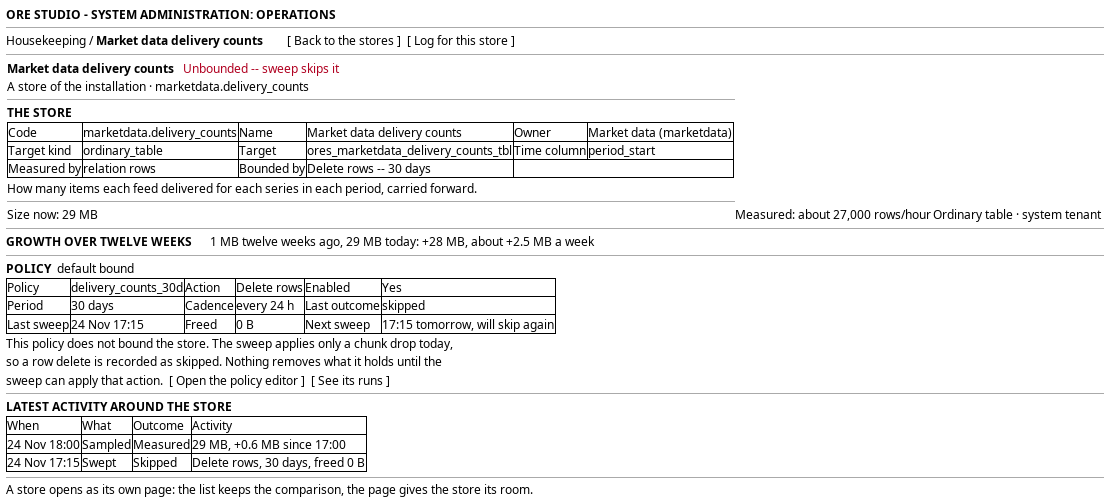
Above: doc/knowledge/journeys/operations/wireframe_open_a_store.png in OreStudio/OreStudio (PlantUML), before the change. Its source is kept beside it as doc/knowledge/journeys/operations/wireframe_open_a_store.puml.
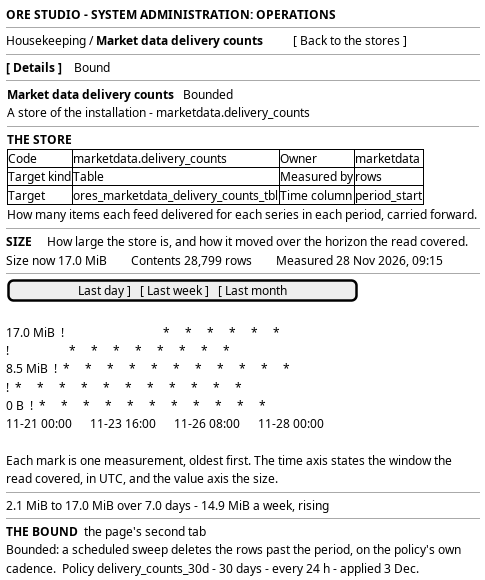
Above is the later version.

Commit message:
[docs] Draw the store's page as its two tabs, and read the plot as a reading

The journey stated the store's page as one scroll with a plot of its growth. It
now states the two tabs, what the plot's axes are for, why the horizon is the
read's window and not the browser's, and that the verdicts carry an explanation
a person can fold open. The wireframe and its caption follow: the Details tab,
the preset bar and the axis labels.

Story-ID: 8D2AD473-21AE-4999-A6D0-BBF31BEE4E6F
Task-ID: 5F1C092C-000E-4EE1-91CD-4E817297C284
Environment: solid_dirac

Change to the diagram source:
```diff
@@ -4,43 +4,43 @@
 {
   <b>ORE STUDIO - SYSTEM ADMINISTRATION: OPERATIONS</b>
   --
-  Housekeeping / <b>Market data delivery counts</b>        [ Back to the stores ]  [ Log for this store ]
+  Housekeeping / <b>Market data delivery counts</b>          [ Back to the stores ]
+  --
+  <b>[ Details ]</b>    Bound
   --
   {
-    <b>Market data delivery counts</b>   <color:#b00020>Unbounded -- sweep skips it</color>
-    A store of the installation · marketdata.delivery_counts
+    <b>Market data delivery counts</b>   Bounded
+    A store of the installation - marketdata.delivery_counts
     --
     <b>THE STORE</b>
     {#
-      Code | marketdata.delivery_counts | Name | Market data delivery counts | Owner | Market data (marketdata)
-      Target kind | ordinary_table | Target | ores_marketdata_delivery_counts_tbl | Time column | period_start
-      Measured by | relation rows | Bounded by | Delete rows -- 30 days
+      Code | marketdata.delivery_counts | Owner | marketdata
+      Target kind | Table | Measured by | rows
+      Target | ores_marketdata_delivery_counts_tbl | Time column | period_start
     }
     How many items each feed delivered for each series in each period, carried forward.
-    --
-    Size now: 29 MB | Measured: about 27,000 rows/hour | Ordinary table · system tenant
   }
   --
-  <b>GROWTH OVER TWELVE WEEKS</b>      1 MB twelve weeks ago, 29 MB today: +28 MB, about +2.5 MB a week
+  <b>SIZE</b>     How large the store is, and how it moved over the horizon the read covered.
+  Size now 17.0 MiB        Contents 28,799 rows        Measured 28 Nov 2026, 09:15
+  ------------------------------------------------------------------------------
+                     [ Last day ]   [ Last week ]   [ Last month ]
+  .
+  17.0 MiB  !                                 *     *     *     *     *     *
+            !                    *     *     *     *     *     *     *     *
+   8.5 MiB  !  *     *     *     *     *     *     *     *     *     *     *
+            !  *     *     *     *     *     *     *     *     *     *     *
+       0 B  !  *     *     *     *     *     *     *     *     *     *     *
+              11-21 00:00      11-23 16:00      11-26 08:00      11-28 00:00
+  .
+  Each mark is one measurement, oldest first. The time axis states the window the
+  read covered, in UTC, and the value axis the size.
   --
-  <b>POLICY</b>  default bound
-  {#
-    Policy | delivery_counts_30d | Action | Delete rows | Enabled | Yes
-    Period | 30 days | Cadence | every 24 h | Last outcome | skipped
-    Last sweep | 24 Nov 17:15 | Freed | 0 B | Next sweep | 17:15 tomorrow, will skip again
-  }
-  This policy does not bound the store. The sweep applies only a chunk drop today,
-  so a row delete is recorded as skipped. Nothing removes what it holds until the
-  sweep can apply that action.  [ Open the policy editor ]  [ See its runs ]
+  2.1 MiB to 17.0 MiB over 7.0 days - 14.9 MiB a week, rising
   --
-  <b>LATEST ACTIVITY AROUND THE STORE</b>
-  {#
-    When | What | Outcome | Activity
-    24 Nov 18:00 | Sampled | Measured | 29 MB, +0.6 MB since 17:00
-    24 Nov 17:15 | Swept | Skipped | Delete rows, 30 days, freed 0 B
-  }
-  --
-  A store opens as its own page: the list keeps the comparison, the page gives the store its room.
+  <b>THE BOUND</b>  the page's second tab
+  Bounded: a scheduled sweep deletes the rows past the period, on the policy's own
+  cadence.  Policy delivery_counts_30d - 30 days - every 24 h - applied 3 Dec.
 }
 
 @enduml
```
